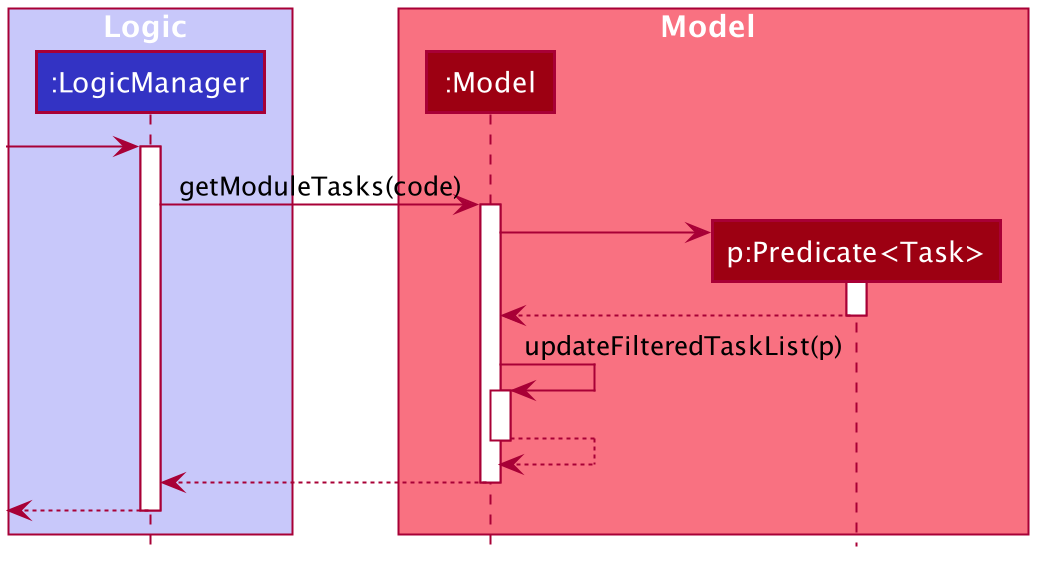
Earlier version of the PlantUML export docs/images/GetModuleTasksSequenceDiagram.png (simonteozw/tp).
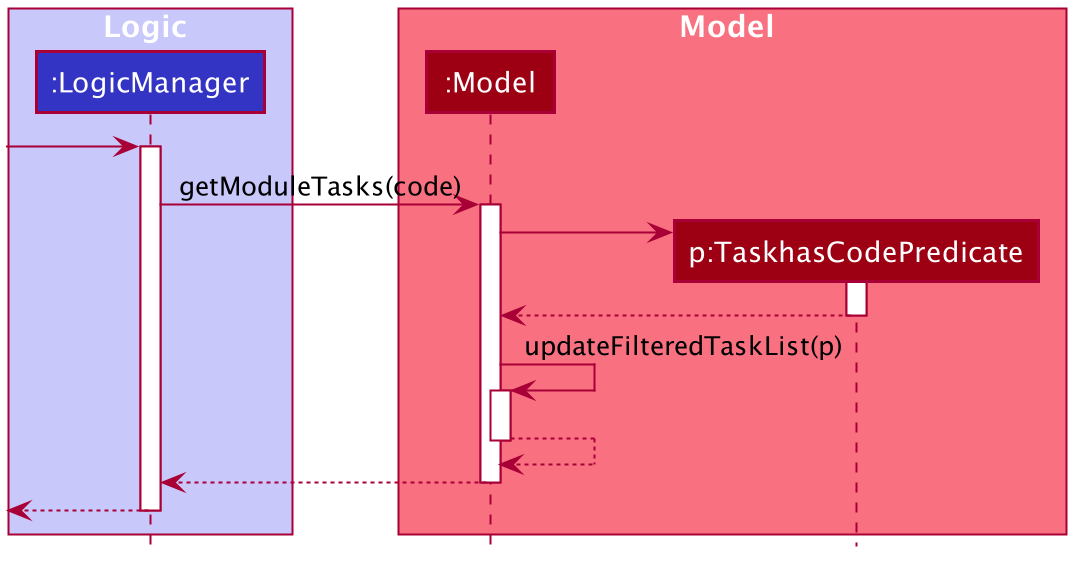
After the change.

The edit, as a diff of the source:
```diff
@@ -54,7 +54,7 @@
 
 box Model #F97181
 participant ":Model" as Model #9D0012
-participant "p:Predicate<Task>" as Pred #9D0012
+participant "p:TaskhasCodePredicate" as Pred #9D0012
 end box
 
 [-> LogicManager
```
